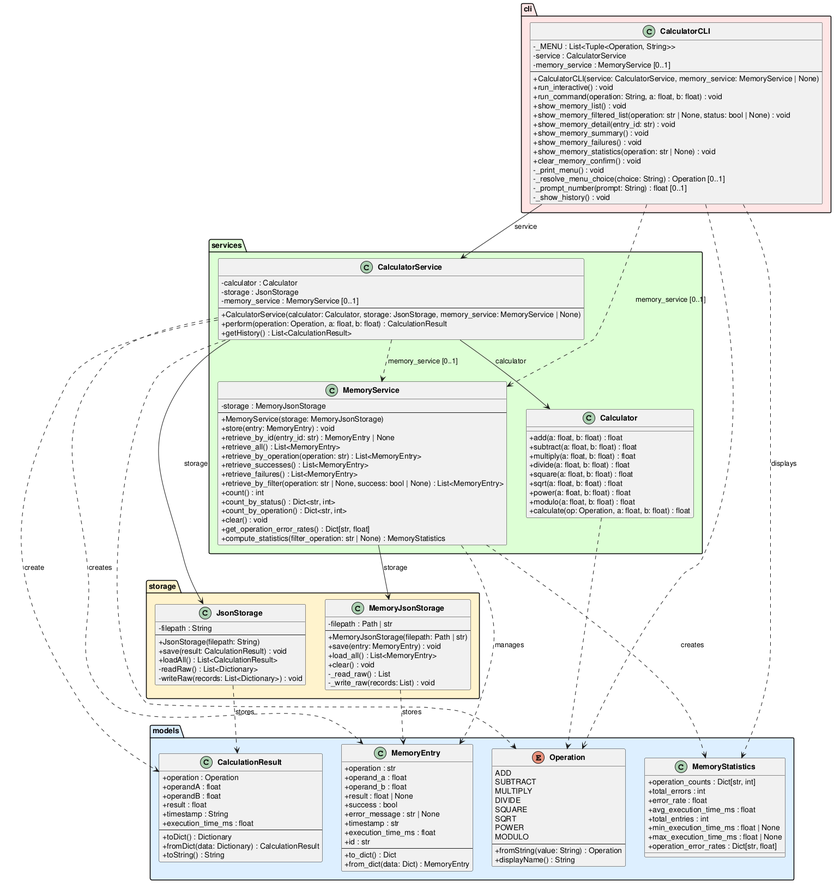
The PlantUML diagram experiments/supervisor_as_tools/structured_text/calculator/artifacts/class_diagram.png in DanielRiha8906/Software_autoevolution_using_agents, before a commit.
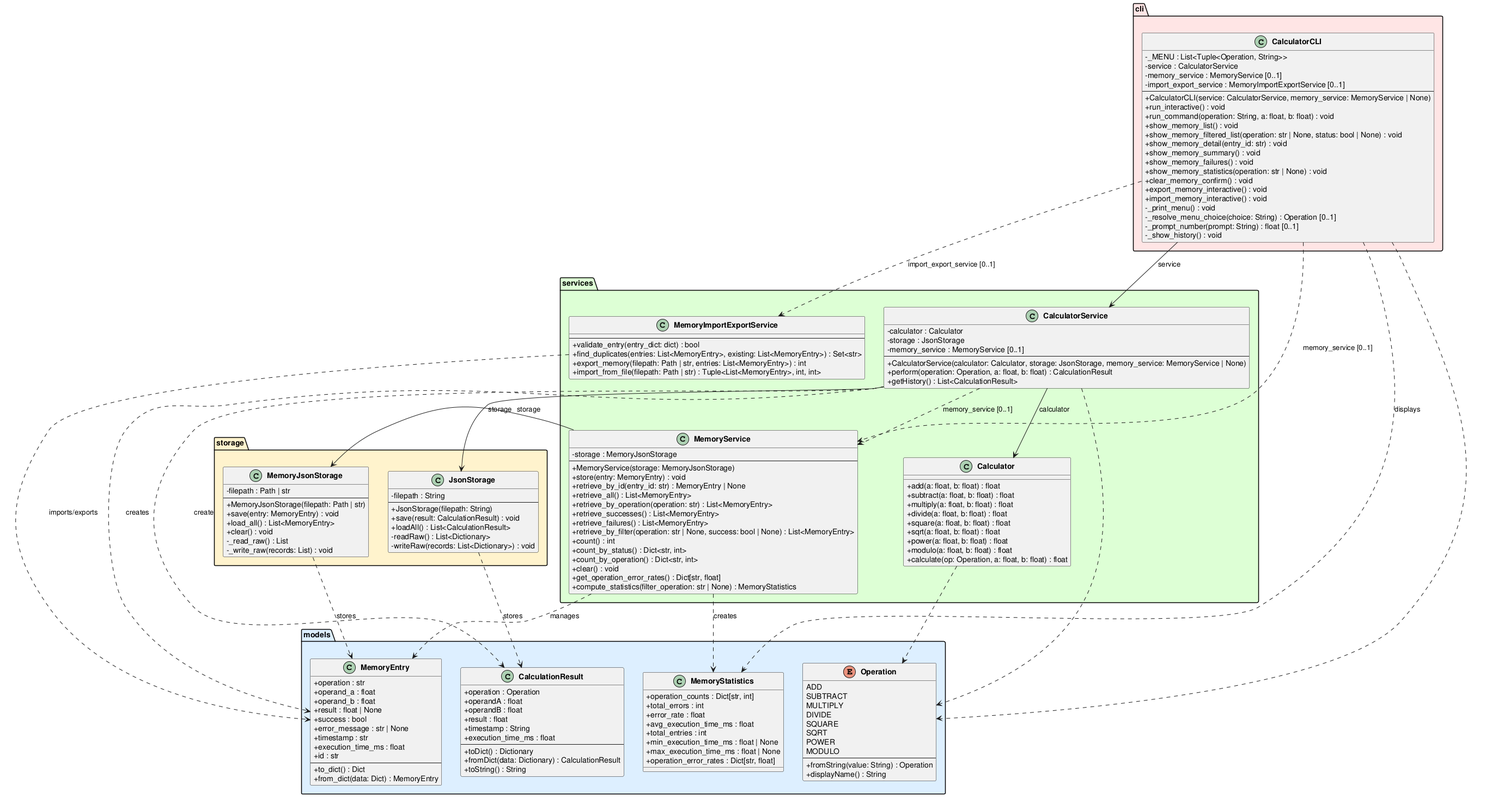
Later version of the same file.

Diff of the diagram source:
```diff
@@ -99,6 +99,14 @@
         +get_operation_error_rates() : Dict[str, float]
         +compute_statistics(filter_operation: str | None) : MemoryStatistics
     }
+
+    class MemoryImportExportService {
+        --
+        +validate_entry(entry_dict: dict) : bool
+        +find_duplicates(entries: List<MemoryEntry>, existing: List<MemoryEntry>) : Set<str>
+        +export_memory(filepath: Path | str, entries: List<MemoryEntry>) : int
+        +import_from_file(filepath: Path | str) : Tuple<List<MemoryEntry>, int, int>
+    }
 }
 
 package "storage" #FFF3CC {
@@ -129,6 +137,7 @@
         -_MENU : List<Tuple<Operation, String>>
         -service : CalculatorService
         -memory_service : MemoryService [0..1]
+        -import_export_service : MemoryImportExportService [0..1]
         --
         +CalculatorCLI(service: CalculatorService, memory_service: MemoryService | None)
         +run_interactive() : void
@@ -140,6 +149,8 @@
         +show_memory_failures() : void
         +show_memory_statistics(operation: str | None) : void
         +clear_memory_confirm() : void
+        +export_memory_interactive() : void
+        +import_memory_interactive() : void
         -_print_menu() : void
         -_resolve_menu_choice(choice: String) : Operation [0..1]
         -_prompt_number(prompt: String) : float [0..1]
@@ -149,6 +160,7 @@
 
 CalculatorCLI --> CalculatorService : service
 CalculatorCLI ..> MemoryService : memory_service [0..1]
+CalculatorCLI ..> MemoryImportExportService : import_export_service [0..1]
 CalculatorCLI ..> MemoryStatistics : displays
 CalculatorService --> Calculator : calculator
 CalculatorService --> JsonStorage : storage
@@ -156,6 +168,7 @@
 MemoryService --> MemoryJsonStorage : storage
 MemoryService ..> MemoryEntry : manages
 MemoryService ..> MemoryStatistics : creates
+MemoryImportExportService ..> MemoryEntry : imports/exports
 
 CalculatorService ..> CalculationResult : create
 CalculatorService ..> MemoryEntry : creates
```
